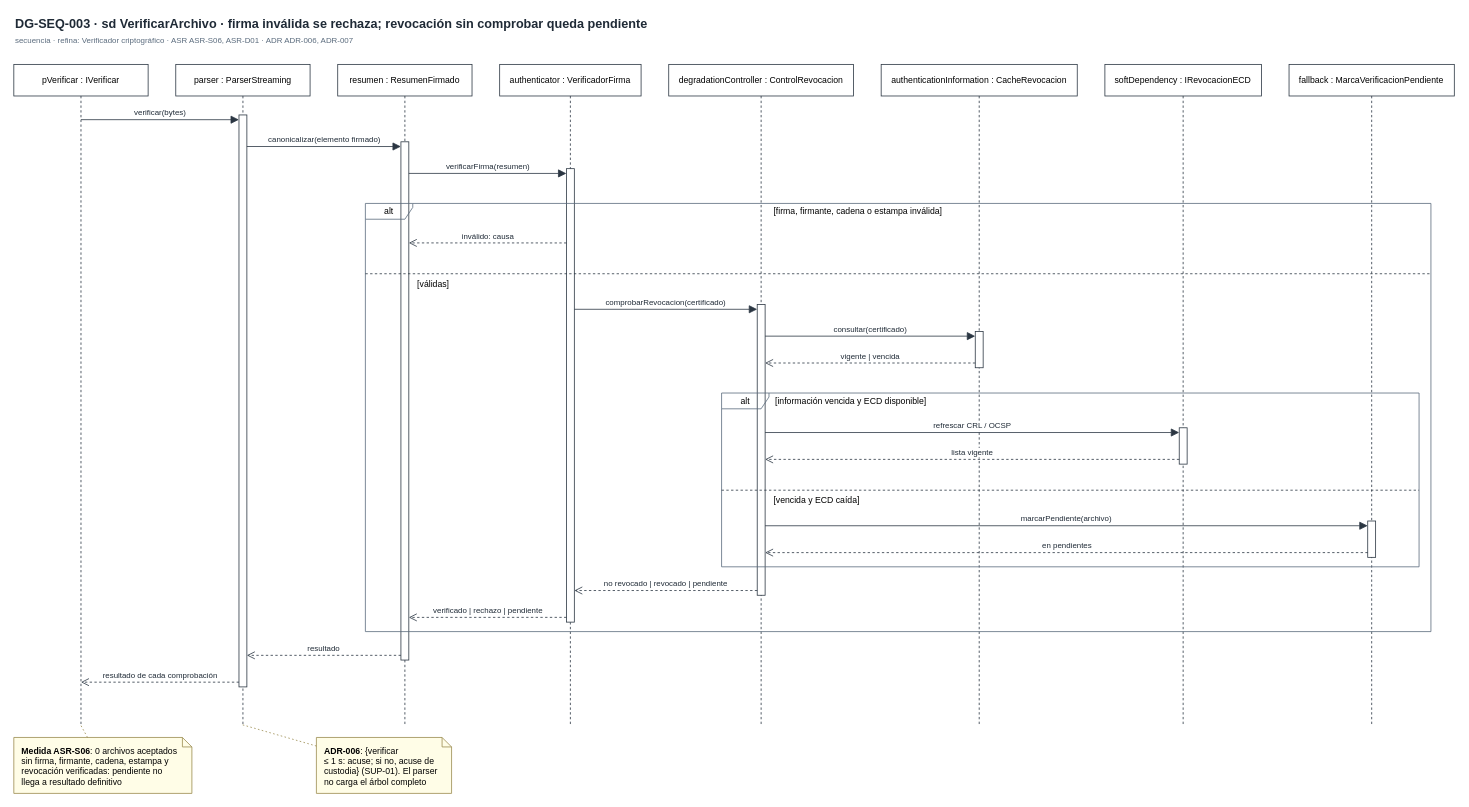
Above: page "DG-SEQ-003 · Verificador criptográfico (secuencia interna)" (4 of 4) of docs/modelos/drawio/vista-concurrencia.drawio in MATI-MBIT/arqsoft-reto-4 (draw.io), before the change. Source tidied: cells renumbered, new cells numbered last; positions are measured from the earlier drawing's top-left corner, leaving out a move shared by most shapes. Both pictures are drawn from the tidied source at 79%, with x=0, y=0 at pixel (13, 13).
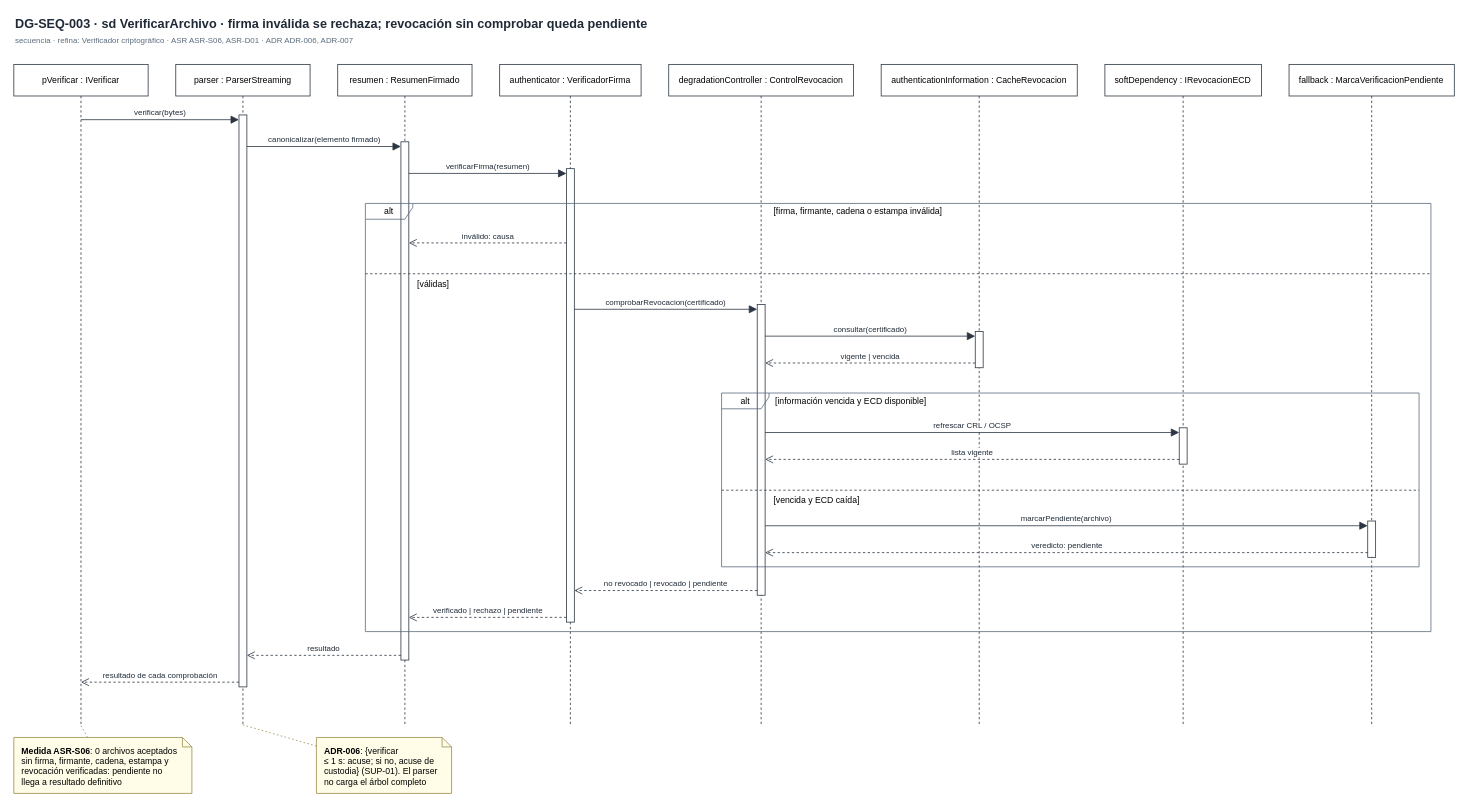
Above is the later version.

The change refers to these unchanged cells:
```xml
<mxCell id="15" style="html=1;points=[[0,0,0,0,5],[0,1,0,0,-5],[1,0,0,0,5],[1,1,0,0,-5]];perimeter=orthogonalPerimeter;outlineConnect=0;targetShapes=umlLifeline;portConstraint=eastwest;fillColor=#FFFFFF;strokeColor=#2B3642;fila=C12;" parent="8" vertex="1">
  <mxGeometry x="112" y="304" width="10" height="368" as="geometry" />
</mxCell>
<mxCell id="18" style="html=1;points=[[0,0,0,0,5],[0,1,0,0,-5],[1,0,0,0,5],[1,1,0,0,-5]];perimeter=orthogonalPerimeter;outlineConnect=0;targetShapes=umlLifeline;portConstraint=eastwest;fillColor=#FFFFFF;strokeColor=#2B3642;fila=C12;" parent="11" vertex="1">
  <mxGeometry x="99.6" y="578" width="10" height="46" as="geometry" />
</mxCell>
```

The edit, as a diff of the source:
```diff
@@
-    <mxCell id="37" value="en pendientes" style="html=1;verticalAlign=bottom;dashed=1;endArrow=open;endSize=8;rounded=0;fontSize=10;labelBackgroundColor=#FFFFFF;strokeColor=#2B3642;fontColor=#1F2A36;exitX=0;exitY=0.8696;exitDx=0;exitDy=0;exitPerimeter=0;entryX=1;entryY=0.8533;entryDx=0;entryDy=0;entryPerimeter=0;" parent="1" edge="1" source="18" target="15">
+    <mxCell id="37" value="veredicto: pendiente" style="html=1;verticalAlign=bottom;dashed=1;endArrow=open;endSize=8;rounded=0;fontSize=10;labelBackgroundColor=#FFFFFF;strokeColor=#2B3642;fontColor=#1F2A36;exitX=0;exitY=0.8696;exitDx=0;exitDy=0;exitPerimeter=0;entryX=1;entryY=0.8533;entryDx=0;entryDy=0;entryPerimeter=0;" parent="1" edge="1" source="18" target="15">
       <mxGeometry relative="1" as="geometry" />
     </mxCell>
```
